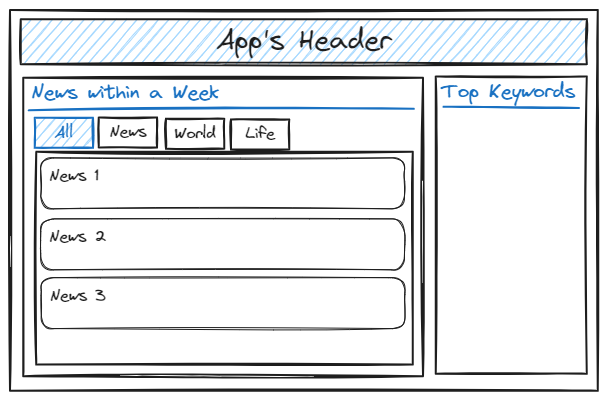
ptpuyen1511/headlines-summaries-news-app keeps this Excalidraw diagram as imgs/wireframe.excalidraw.png. Above is the earlier version. Source tidied: one line per element, renumbered; positions are measured from the earlier drawing's top-left corner, leaving out a move shared by most shapes. Source of this version:
```json
{"id": 0, "type": "rectangle", "strokeColor": "#1e1e1e", "strokeWidth": 2, "roughness": 1, "x": 0, "y": 0, "width": 588, "height": 381}
{"id": 1, "type": "rectangle", "strokeColor": "#1e1e1e", "backgroundColor": "#a5d8ff", "fillStyle": "hachure", "strokeWidth": 2, "roughness": 1, "x": 11, "y": 9, "width": 566, "height": 45}
{"id": 2, "type": "text", "text": "App's Header", "strokeColor": "#1e1e1e", "backgroundColor": "#a5d8ff", "fillStyle": "hachure", "strokeWidth": 2, "roughness": 2, "fontSize": 28, "fontFamily": 1, "textAlign": "center", "verticalAlign": "middle", "inside": 1, "x": 206, "y": 14, "width": 175, "height": 35}
{"id": 3, "type": "rectangle", "strokeColor": "#1e1e1e", "strokeWidth": 2, "roughness": 1, "x": 13, "y": 68, "width": 400, "height": 298}
{"id": 4, "type": "rectangle", "strokeColor": "#1e1e1e", "strokeWidth": 2, "roughness": 1, "x": 426, "y": 66, "width": 151, "height": 297}
{"id": 5, "type": "text", "text": "News within a Week", "strokeColor": "#1971c2", "strokeWidth": 2, "roughness": 1, "fontSize": 20, "fontFamily": 1, "x": 21, "y": 70, "width": 188, "height": 25}
{"id": 6, "type": "line", "strokeColor": "#1971c2", "strokeWidth": 2, "roughness": 1, "x": 19, "y": 100, "width": 385, "height": 2, "points": [[0, 0], [385, -2]]}
{"id": 7, "type": "text", "text": "Top Keywords", "strokeColor": "#1971c2", "strokeWidth": 2, "roughness": 1, "fontSize": 20, "fontFamily": 1, "x": 432, "y": 69, "width": 134, "height": 25}
{"id": 8, "type": "line", "strokeColor": "#1971c2", "strokeWidth": 2, "roughness": 1, "x": 434, "y": 97, "width": 135, "height": 1, "points": [[0, 0], [135, 1]]}
{"id": 9, "type": "rectangle", "strokeColor": "#1971c2", "backgroundColor": "#a5d8ff", "fillStyle": "hachure", "strokeWidth": 2, "roughness": 1, "x": 25, "y": 108, "width": 58, "height": 30}
{"id": 10, "type": "text", "text": "All", "strokeColor": "#1971c2", "strokeWidth": 2, "roughness": 1, "fontSize": 16, "fontFamily": 1, "textAlign": "center", "verticalAlign": "middle", "inside": 9, "x": 44, "y": 113, "width": 19, "height": 20}
{"id": 11, "type": "rectangle", "strokeColor": "#1e1e1e", "strokeWidth": 2, "roughness": 1, "x": 89, "y": 107, "width": 58, "height": 30}
{"id": 12, "type": "text", "text": "News", "strokeColor": "#1e1e1e", "strokeWidth": 2, "roughness": 1, "fontSize": 16, "fontFamily": 1, "textAlign": "center", "verticalAlign": "middle", "inside": 11, "x": 99, "y": 112, "width": 37, "height": 20}
{"id": 13, "type": "rectangle", "strokeColor": "#1e1e1e", "strokeWidth": 2, "roughness": 1, "x": 156, "y": 109, "width": 58, "height": 30}
{"id": 14, "type": "text", "text": "World", "strokeColor": "#1e1e1e", "strokeWidth": 2, "roughness": 1, "fontSize": 16, "fontFamily": 1, "textAlign": "center", "verticalAlign": "middle", "inside": 13, "x": 165, "y": 114, "width": 41, "height": 20}
{"id": 15, "type": "rectangle", "strokeColor": "#1e1e1e", "strokeWidth": 2, "roughness": 1, "x": 194, "y": 126, "width": 0, "height": 0}
{"id": 16, "type": "rectangle", "strokeColor": "#1e1e1e", "strokeWidth": 2, "roughness": 1, "x": 192, "y": 124, "width": 0, "height": 0}
{"id": 17, "type": "rectangle", "strokeColor": "#1e1e1e", "strokeWidth": 2, "roughness": 1, "x": 221, "y": 109, "width": 58, "height": 30}
{"id": 18, "type": "text", "text": "Life", "strokeColor": "#1e1e1e", "strokeWidth": 2, "roughness": 1, "fontSize": 16, "fontFamily": 1, "textAlign": "center", "verticalAlign": "middle", "inside": 17, "x": 235, "y": 114, "width": 30, "height": 20}
{"id": 19, "type": "rectangle", "strokeColor": "#1e1e1e", "strokeWidth": 2, "roughness": 1, "x": 26, "y": 142, "width": 377, "height": 213}
{"id": 20, "type": "rectangle", "strokeColor": "#1e1e1e", "strokeWidth": 1, "roughness": 1, "round": true, "x": 31, "y": 148, "width": 364, "height": 51}
{"id": 21, "type": "text", "text": "News 1", "strokeColor": "#1e1e1e", "strokeWidth": 1, "roughness": 1, "fontSize": 16, "fontFamily": 1, "x": 39, "y": 156, "width": 50, "height": 20}
{"id": 22, "type": "rectangle", "strokeColor": "#1e1e1e", "strokeWidth": 1, "roughness": 1, "round": true, "x": 31, "y": 209, "width": 364, "height": 51}
{"id": 23, "type": "text", "text": "News 2", "strokeColor": "#1e1e1e", "strokeWidth": 1, "roughness": 1, "fontSize": 16, "fontFamily": 1, "x": 39, "y": 217, "width": 57, "height": 20}
{"id": 24, "type": "rectangle", "strokeColor": "#1e1e1e", "strokeWidth": 1, "roughness": 1, "round": true, "x": 31, "y": 268, "width": 364, "height": 51}
{"id": 25, "type": "text", "text": "News 3", "strokeColor": "#1e1e1e", "strokeWidth": 1, "roughness": 1, "fontSize": 16, "fontFamily": 1, "x": 40, "y": 276, "width": 56, "height": 20}
```
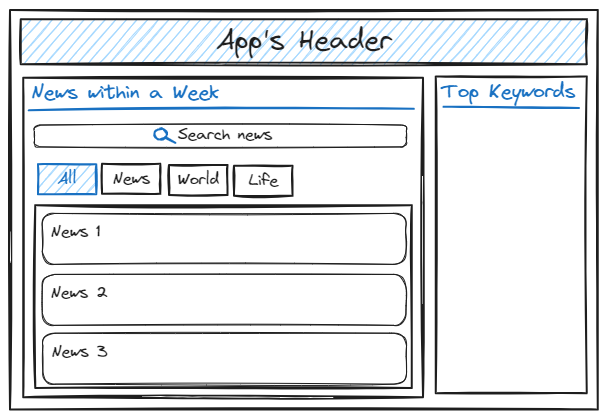
The same file after the commit.

Commit message:
update: adding search area

Diff of the diagram source:
```diff
@@ -1,26 +1,28 @@
-{"id": 0, "type": "rectangle", "strokeColor": "#1e1e1e", "strokeWidth": 2, "roughness": 1, "x": 0, "y": 0, "width": 588, "height": 381}
+{"id": 0, "type": "rectangle", "strokeColor": "#1e1e1e", "strokeWidth": 2, "roughness": 1, "x": 0, "y": 0, "width": 588, "height": 399}
 {"id": 1, "type": "rectangle", "strokeColor": "#1e1e1e", "backgroundColor": "#a5d8ff", "fillStyle": "hachure", "strokeWidth": 2, "roughness": 1, "x": 11, "y": 9, "width": 566, "height": 45}
 {"id": 2, "type": "text", "text": "App's Header", "strokeColor": "#1e1e1e", "backgroundColor": "#a5d8ff", "fillStyle": "hachure", "strokeWidth": 2, "roughness": 2, "fontSize": 28, "fontFamily": 1, "textAlign": "center", "verticalAlign": "middle", "inside": 1, "x": 206, "y": 14, "width": 175, "height": 35}
-{"id": 3, "type": "rectangle", "strokeColor": "#1e1e1e", "strokeWidth": 2, "roughness": 1, "x": 13, "y": 68, "width": 400, "height": 298}
+{"id": 3, "type": "rectangle", "strokeColor": "#1e1e1e", "strokeWidth": 2, "roughness": 1, "x": 13, "y": 68, "width": 400, "height": 319}
-{"id": 4, "type": "rectangle", "strokeColor": "#1e1e1e", "strokeWidth": 2, "roughness": 1, "x": 426, "y": 66, "width": 151, "height": 297}
+{"id": 4, "type": "rectangle", "strokeColor": "#1e1e1e", "strokeWidth": 2, "roughness": 1, "x": 426, "y": 66, "width": 151, "height": 317}
 {"id": 5, "type": "text", "text": "News within a Week", "strokeColor": "#1971c2", "strokeWidth": 2, "roughness": 1, "fontSize": 20, "fontFamily": 1, "x": 21, "y": 70, "width": 188, "height": 25}
 {"id": 6, "type": "line", "strokeColor": "#1971c2", "strokeWidth": 2, "roughness": 1, "x": 19, "y": 100, "width": 385, "height": 2, "points": [[0, 0], [385, -2]]}
 {"id": 7, "type": "text", "text": "Top Keywords", "strokeColor": "#1971c2", "strokeWidth": 2, "roughness": 1, "fontSize": 20, "fontFamily": 1, "x": 432, "y": 69, "width": 134, "height": 25}
 {"id": 8, "type": "line", "strokeColor": "#1971c2", "strokeWidth": 2, "roughness": 1, "x": 434, "y": 97, "width": 135, "height": 1, "points": [[0, 0], [135, 1]]}
-{"id": 9, "type": "rectangle", "strokeColor": "#1971c2", "backgroundColor": "#a5d8ff", "fillStyle": "hachure", "strokeWidth": 2, "roughness": 1, "x": 25, "y": 108, "width": 58, "height": 30}
+{"id": 9, "type": "rectangle", "strokeColor": "#1971c2", "backgroundColor": "#a5d8ff", "fillStyle": "hachure", "strokeWidth": 2, "roughness": 1, "x": 28, "y": 154, "width": 58, "height": 30}
-{"id": 10, "type": "text", "text": "All", "strokeColor": "#1971c2", "strokeWidth": 2, "roughness": 1, "fontSize": 16, "fontFamily": 1, "textAlign": "center", "verticalAlign": "middle", "inside": 9, "x": 44, "y": 113, "width": 19, "height": 20}
+{"id": 10, "type": "text", "text": "All", "strokeColor": "#1971c2", "strokeWidth": 2, "roughness": 1, "fontSize": 16, "fontFamily": 1, "textAlign": "center", "verticalAlign": "middle", "inside": 9, "x": 48, "y": 159, "width": 19, "height": 20}
-{"id": 11, "type": "rectangle", "strokeColor": "#1e1e1e", "strokeWidth": 2, "roughness": 1, "x": 89, "y": 107, "width": 58, "height": 30}
+{"id": 11, "type": "rectangle", "strokeColor": "#1e1e1e", "strokeWidth": 2, "roughness": 1, "x": 92, "y": 154, "width": 58, "height": 30}
-{"id": 12, "type": "text", "text": "News", "strokeColor": "#1e1e1e", "strokeWidth": 2, "roughness": 1, "fontSize": 16, "fontFamily": 1, "textAlign": "center", "verticalAlign": "middle", "inside": 11, "x": 99, "y": 112, "width": 37, "height": 20}
+{"id": 12, "type": "text", "text": "News", "strokeColor": "#1e1e1e", "strokeWidth": 2, "roughness": 1, "fontSize": 16, "fontFamily": 1, "textAlign": "center", "verticalAlign": "middle", "inside": 11, "x": 102, "y": 159, "width": 37, "height": 20}
-{"id": 13, "type": "rectangle", "strokeColor": "#1e1e1e", "strokeWidth": 2, "roughness": 1, "x": 156, "y": 109, "width": 58, "height": 30}
+{"id": 13, "type": "rectangle", "strokeColor": "#1e1e1e", "strokeWidth": 2, "roughness": 1, "x": 159, "y": 155, "width": 58, "height": 30}
-{"id": 14, "type": "text", "text": "World", "strokeColor": "#1e1e1e", "strokeWidth": 2, "roughness": 1, "fontSize": 16, "fontFamily": 1, "textAlign": "center", "verticalAlign": "middle", "inside": 13, "x": 165, "y": 114, "width": 41, "height": 20}
+{"id": 14, "type": "text", "text": "World", "strokeColor": "#1e1e1e", "strokeWidth": 2, "roughness": 1, "fontSize": 16, "fontFamily": 1, "textAlign": "center", "verticalAlign": "middle", "inside": 13, "x": 168, "y": 160, "width": 41, "height": 20}
-{"id": 15, "type": "rectangle", "strokeColor": "#1e1e1e", "strokeWidth": 2, "roughness": 1, "x": 194, "y": 126, "width": 0, "height": 0}
-{"id": 16, "type": "rectangle", "strokeColor": "#1e1e1e", "strokeWidth": 2, "roughness": 1, "x": 192, "y": 124, "width": 0, "height": 0}
-{"id": 17, "type": "rectangle", "strokeColor": "#1e1e1e", "strokeWidth": 2, "roughness": 1, "x": 221, "y": 109, "width": 58, "height": 30}
+{"id": 17, "type": "rectangle", "strokeColor": "#1e1e1e", "strokeWidth": 2, "roughness": 1, "x": 224, "y": 156, "width": 58, "height": 30}
-{"id": 18, "type": "text", "text": "Life", "strokeColor": "#1e1e1e", "strokeWidth": 2, "roughness": 1, "fontSize": 16, "fontFamily": 1, "textAlign": "center", "verticalAlign": "middle", "inside": 17, "x": 235, "y": 114, "width": 30, "height": 20}
+{"id": 18, "type": "text", "text": "Life", "strokeColor": "#1e1e1e", "strokeWidth": 2, "roughness": 1, "fontSize": 16, "fontFamily": 1, "textAlign": "center", "verticalAlign": "middle", "inside": 17, "x": 238, "y": 161, "width": 30, "height": 20}
-{"id": 19, "type": "rectangle", "strokeColor": "#1e1e1e", "strokeWidth": 2, "roughness": 1, "x": 26, "y": 142, "width": 377, "height": 213}
+{"id": 19, "type": "rectangle", "strokeColor": "#1e1e1e", "strokeWidth": 2, "roughness": 1, "x": 25, "y": 195, "width": 377, "height": 183}
-{"id": 20, "type": "rectangle", "strokeColor": "#1e1e1e", "strokeWidth": 1, "roughness": 1, "round": true, "x": 31, "y": 148, "width": 364, "height": 51}
+{"id": 20, "type": "rectangle", "strokeColor": "#1e1e1e", "strokeWidth": 1, "roughness": 1, "round": true, "x": 32, "y": 203, "width": 364, "height": 51}
-{"id": 21, "type": "text", "text": "News 1", "strokeColor": "#1e1e1e", "strokeWidth": 1, "roughness": 1, "fontSize": 16, "fontFamily": 1, "x": 39, "y": 156, "width": 50, "height": 20}
+{"id": 21, "type": "text", "text": "News 1", "strokeColor": "#1e1e1e", "strokeWidth": 1, "roughness": 1, "fontSize": 16, "fontFamily": 1, "x": 41, "y": 212, "width": 50, "height": 20}
-{"id": 22, "type": "rectangle", "strokeColor": "#1e1e1e", "strokeWidth": 1, "roughness": 1, "round": true, "x": 31, "y": 209, "width": 364, "height": 51}
+{"id": 22, "type": "rectangle", "strokeColor": "#1e1e1e", "strokeWidth": 1, "roughness": 1, "round": true, "x": 32, "y": 264, "width": 364, "height": 51}
-{"id": 23, "type": "text", "text": "News 2", "strokeColor": "#1e1e1e", "strokeWidth": 1, "roughness": 1, "fontSize": 16, "fontFamily": 1, "x": 39, "y": 217, "width": 57, "height": 20}
+{"id": 23, "type": "text", "text": "News 2", "strokeColor": "#1e1e1e", "strokeWidth": 1, "roughness": 1, "fontSize": 16, "fontFamily": 1, "x": 41, "y": 273, "width": 57, "height": 20}
-{"id": 24, "type": "rectangle", "strokeColor": "#1e1e1e", "strokeWidth": 1, "roughness": 1, "round": true, "x": 31, "y": 268, "width": 364, "height": 51}
+{"id": 24, "type": "rectangle", "strokeColor": "#1e1e1e", "strokeWidth": 1, "roughness": 1, "round": true, "x": 33, "y": 323, "width": 364, "height": 51}
-{"id": 25, "type": "text", "text": "News 3", "strokeColor": "#1e1e1e", "strokeWidth": 1, "roughness": 1, "fontSize": 16, "fontFamily": 1, "x": 40, "y": 276, "width": 56, "height": 20}
+{"id": 25, "type": "text", "text": "News 3", "strokeColor": "#1e1e1e", "strokeWidth": 1, "roughness": 1, "fontSize": 16, "fontFamily": 1, "x": 41, "y": 332, "width": 56, "height": 20}
+{"id": 26, "type": "rectangle", "strokeColor": "#1e1e1e", "strokeWidth": 1, "roughness": 1, "round": true, "x": 24, "y": 115, "width": 372, "height": 22}
+{"id": 27, "type": "ellipse", "strokeColor": "#1971c2", "strokeWidth": 2, "roughness": 1, "round": true, "x": 144, "y": 119, "width": 13, "height": 11}
+{"id": 28, "type": "line", "strokeColor": "#1971c2", "strokeWidth": 2, "roughness": 1, "round": true, "x": 156, "y": 127, "width": 9, "height": 5, "points": [[0, 0], [9, 5]]}
+{"id": 29, "type": "text", "text": "Search news", "strokeColor": "#1e1e1e", "strokeWidth": 2, "roughness": 1, "fontSize": 16, "fontFamily": 1, "x": 168, "y": 115, "width": 95, "height": 20}
```
